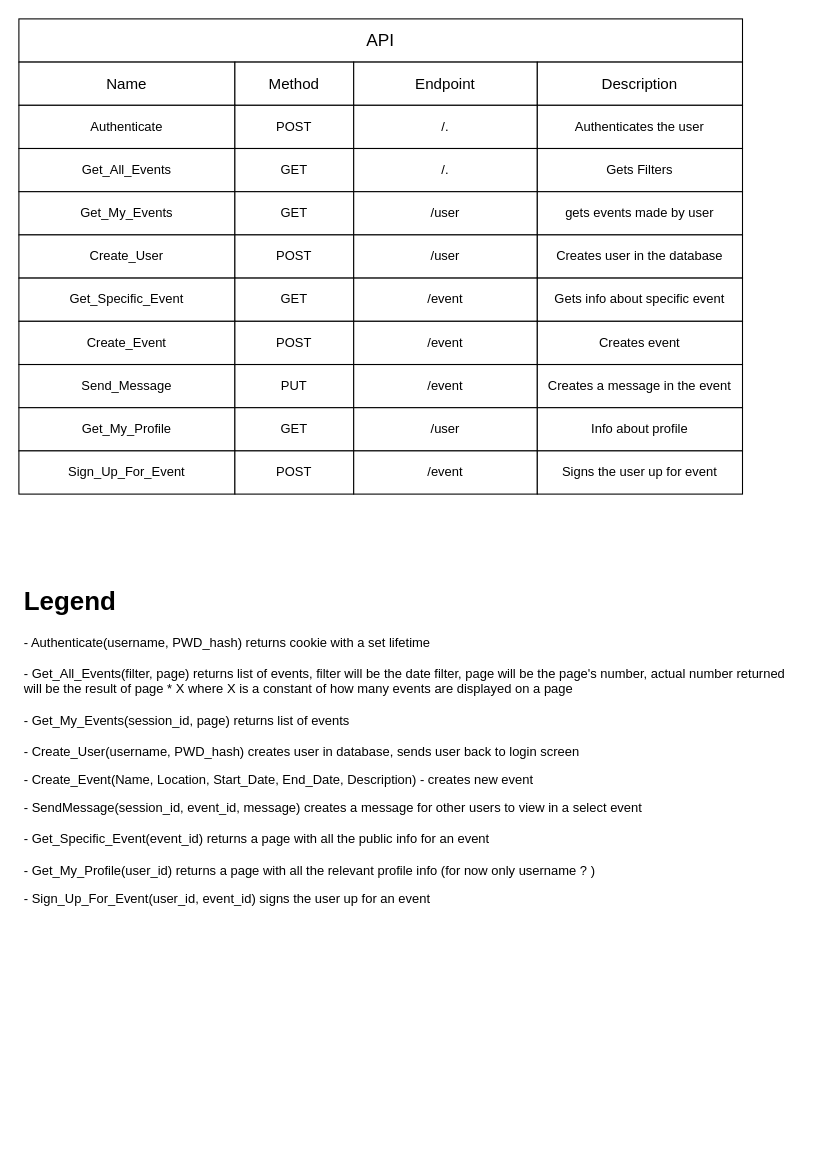
Before: Navrh/Diagramy/Untitled Diagram.drawio in RatsAreNice/ITU-2023, a draw.io diagram. Source tidied: cells renumbered, new cells numbered last; positions are measured from the earlier drawing's top-left corner, leaving out a move shared by most shapes. Both pictures are drawn from the tidied source at 108%, with x=0, y=0 at pixel (18, 18).
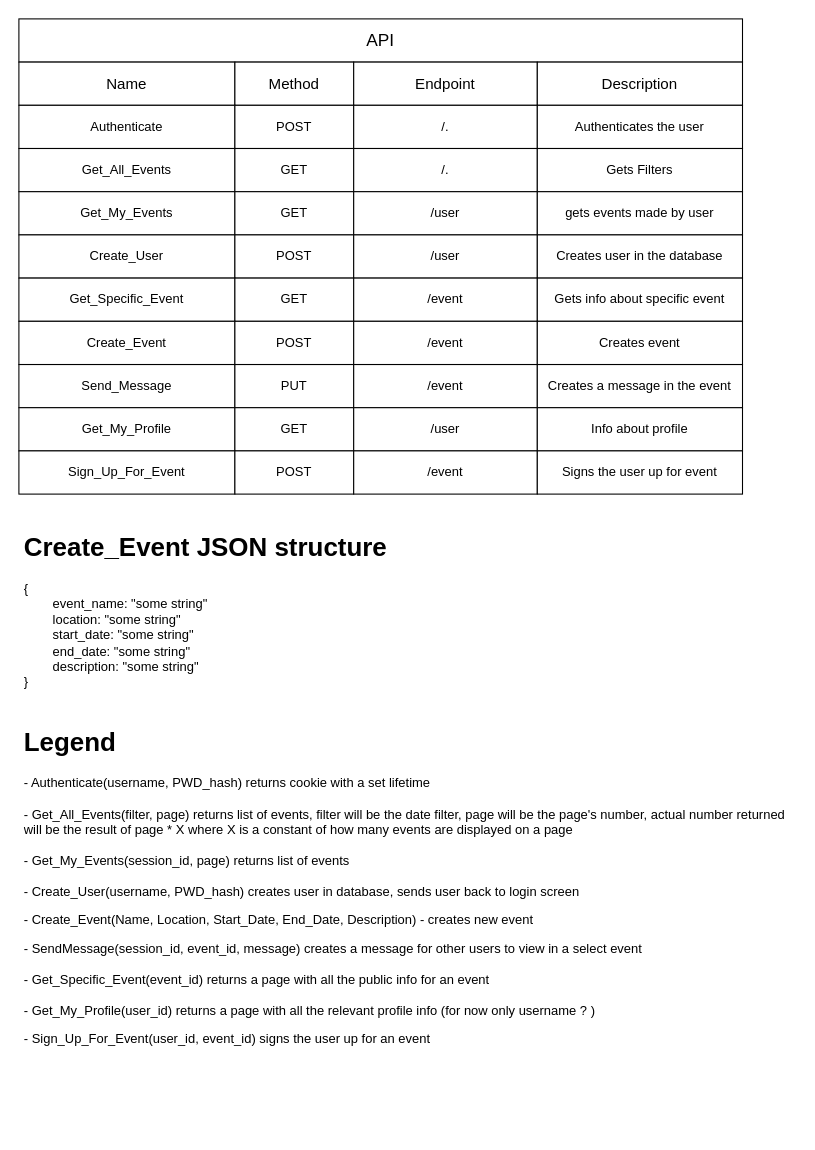
Above is the later version.

Change to the diagram source:
```diff
@@
     <mxCell id="2" value="&lt;h1&gt;Legend&lt;/h1&gt;&lt;p&gt;- Authenticate(username, PWD_hash) returns cookie with a set lifetime&lt;br&gt;&lt;br&gt;- Get_All_Events(filter, page) returns list of events, filter will be the date filter, page will be the page's number, actual number returned will be the result of page * X where X is a constant of how many events are displayed on a page&lt;br&gt;&lt;br&gt;- Get_My_Events(session_id, page) returns list of events&lt;br&gt;&lt;br&gt;- Create_User(username, PWD_hash) creates user in database, sends user back to login screen&lt;/p&gt;&lt;p&gt;- Create_Event(Name, Location, Start_Date, End_Date, Description) - creates new event&lt;br&gt;&lt;/p&gt;&lt;p&gt;- SendMessage(session_id, event_id, message) creates a message for other users to view in a select event&lt;br&gt;&lt;br&gt;- Get_Specific_Event(event_id) returns a page with all the public info for an event&lt;br&gt;&lt;br&gt;- Get_My_Profile(user_id) returns a page with all the relevant profile info (for now only username ? )&lt;br&gt;&lt;/p&gt;&lt;p&gt;- Sign_Up_For_Event(user_id, event_id) signs the user up for an event&lt;br&gt;&lt;/p&gt;" style="text;html=1;strokeColor=none;fillColor=none;spacing=5;spacingTop=-20;whiteSpace=wrap;overflow=hidden;rounded=0;" parent="1" vertex="1">
-      <mxGeometry y="520" width="720" height="380" as="geometry" />
+      <mxGeometry y="650" width="720" height="380" as="geometry" />
     </mxCell>
@@
+    <mxCell id="44" value="&lt;h1&gt;Create_Event JSON structure&lt;br&gt;&lt;/h1&gt;&lt;p&gt;{&lt;br&gt;&lt;span style=&quot;white-space: pre;&quot;&gt;&#9;&lt;/span&gt;event_name: &quot;some string&quot;&lt;br&gt;&lt;span style=&quot;white-space: pre;&quot;&gt;&#9;&lt;/span&gt;location: &quot;some string&quot;&lt;br&gt;&lt;span style=&quot;white-space: pre;&quot;&gt;&#9;&lt;/span&gt;start_date: &quot;some string&quot;&lt;br&gt;&lt;span style=&quot;white-space: pre;&quot;&gt;&#9;&lt;/span&gt;end_date: &quot;some string&quot;&lt;br&gt;&lt;span style=&quot;white-space: pre;&quot;&gt;&#9;&lt;/span&gt;description: &quot;some string&quot;&lt;br&gt;}&lt;br&gt;&lt;/p&gt;" style="text;html=1;strokeColor=none;fillColor=none;spacing=5;spacingTop=-20;whiteSpace=wrap;overflow=hidden;rounded=0;" parent="1" vertex="1">
+      <mxGeometry y="470" width="505" height="160" as="geometry" />
+    </mxCell>
```
